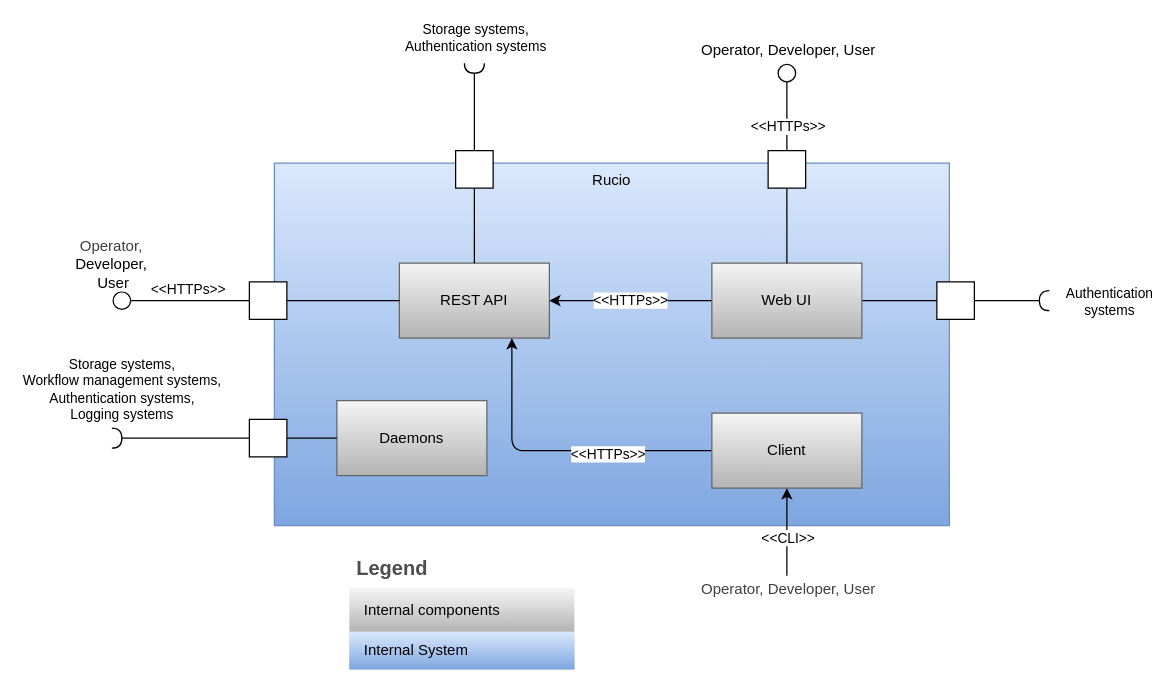
This is diagrams/Building Block Lvl 1 View.drawio from mgajek-cern/rucio-architecture-docs, a draw.io file, before an edit. Source tidied: cells renumbered, new cells numbered last; positions are measured from the earlier drawing's top-left corner, leaving out a move shared by most shapes. Both pictures are drawn from the tidied source at 125%, with x=0, y=0 at pixel (111, 62).
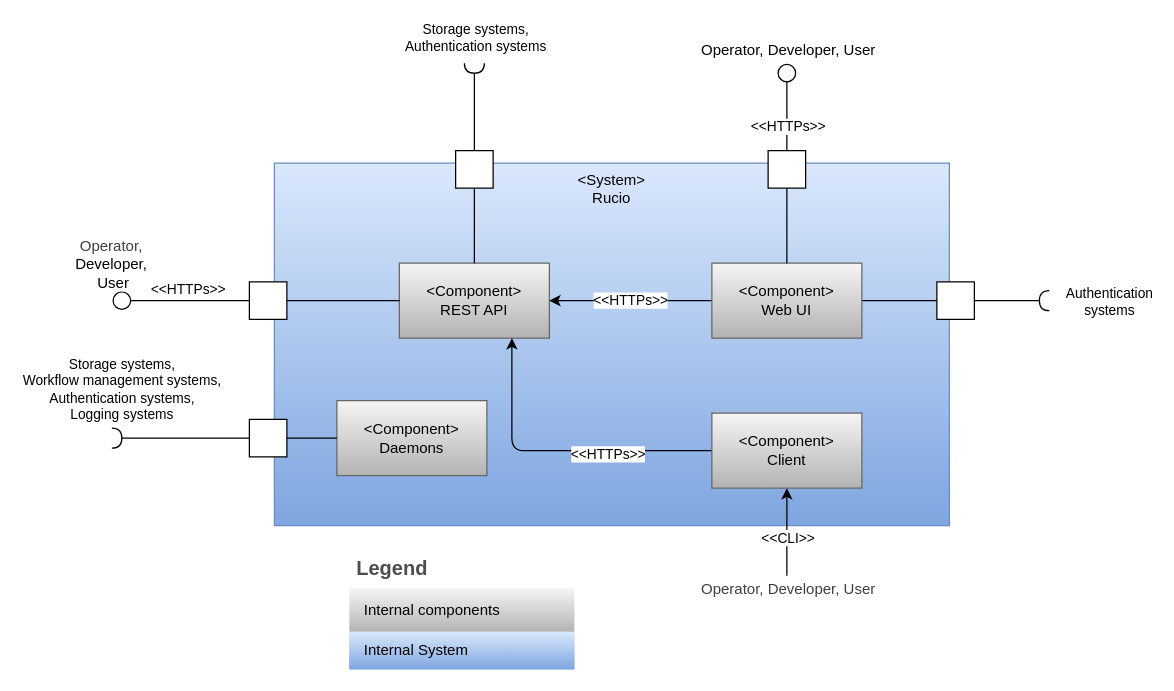
The same diagram, later.

Commit message (it also covers changes not shown here):
chore: add tags in component diagrams

Diff of the diagram source:
```diff
@@
-    <mxCell id="2" value="Rucio" style="rounded=0;whiteSpace=wrap;html=1;fillColor=#dae8fc;gradientColor=#7ea6e0;strokeColor=#6c8ebf;verticalAlign=top;" parent="1" vertex="1">
+    <mxCell id="2" value="&amp;lt;System&amp;gt;&lt;br&gt;Rucio" style="rounded=0;whiteSpace=wrap;html=1;fillColor=#dae8fc;gradientColor=#7ea6e0;strokeColor=#6c8ebf;verticalAlign=top;" parent="1" vertex="1">
       <mxGeometry x="130" y="80" width="540" height="290" as="geometry" />
     </mxCell>
@@
-    <mxCell id="8" value="REST API" style="rounded=0;whiteSpace=wrap;html=1;fillColor=#f5f5f5;gradientColor=#b3b3b3;strokeColor=#666666;" parent="1" vertex="1">
+    <mxCell id="8" value="&amp;lt;Component&amp;gt;&lt;br&gt;REST API" style="rounded=0;whiteSpace=wrap;html=1;fillColor=#f5f5f5;gradientColor=#b3b3b3;strokeColor=#666666;" parent="1" vertex="1">
       <mxGeometry x="230" y="160" width="120" height="60" as="geometry" />
     </mxCell>
@@
-    <mxCell id="11" value="Web UI" style="rounded=0;whiteSpace=wrap;html=1;fillColor=#f5f5f5;gradientColor=#b3b3b3;strokeColor=#666666;" parent="1" vertex="1">
+    <mxCell id="11" value="&lt;span style=&quot;color: rgb(0, 0, 0);&quot;&gt;&amp;lt;Component&amp;gt;&lt;/span&gt;&lt;br&gt;Web UI" style="rounded=0;whiteSpace=wrap;html=1;fillColor=#f5f5f5;gradientColor=#b3b3b3;strokeColor=#666666;" parent="1" vertex="1">
       <mxGeometry x="480" y="160" width="120" height="60" as="geometry" />
     </mxCell>
@@
-    <mxCell id="17" value="Client" style="rounded=0;whiteSpace=wrap;html=1;fillColor=#f5f5f5;gradientColor=#b3b3b3;strokeColor=#666666;" parent="1" vertex="1">
+    <mxCell id="17" value="&lt;span style=&quot;color: rgb(0, 0, 0);&quot;&gt;&amp;lt;Component&amp;gt;&lt;/span&gt;&lt;br&gt;Client" style="rounded=0;whiteSpace=wrap;html=1;fillColor=#f5f5f5;gradientColor=#b3b3b3;strokeColor=#666666;" parent="1" vertex="1">
       <mxGeometry x="480" y="280" width="120" height="60" as="geometry" />
     </mxCell>
@@
-    <mxCell id="32" value="Daemons" style="rounded=0;whiteSpace=wrap;html=1;fillColor=#f5f5f5;gradientColor=#b3b3b3;strokeColor=#666666;" parent="1" vertex="1">
+    <mxCell id="32" value="&lt;span style=&quot;color: rgb(0, 0, 0);&quot;&gt;&amp;lt;Component&amp;gt;&lt;/span&gt;&lt;br&gt;Daemons" style="rounded=0;whiteSpace=wrap;html=1;fillColor=#f5f5f5;gradientColor=#b3b3b3;strokeColor=#666666;" parent="1" vertex="1">
       <mxGeometry x="180" y="270" width="120" height="60" as="geometry" />
     </mxCell>
```
